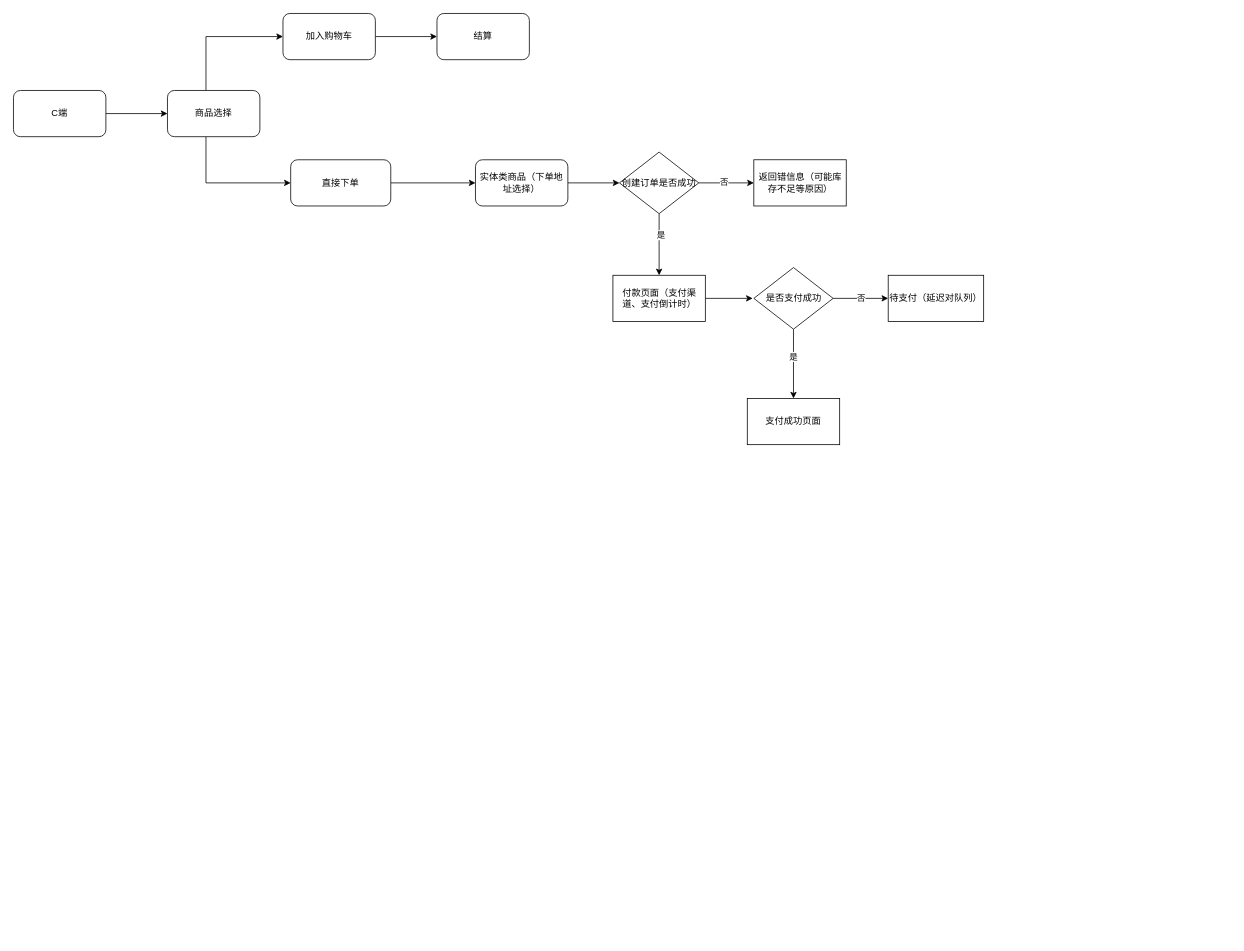
Earlier version of the draw.io diagram 婚奢汇业务流程图/订单系统业务流程图.drawio (YYB1024/myRemoteRepo). Source tidied: cells renumbered, new cells numbered last; positions are measured from the earlier drawing's top-left corner, leaving out a move shared by most shapes. Both pictures are drawn from the tidied source at 77%, with x=0, y=0 at pixel (13, 13).
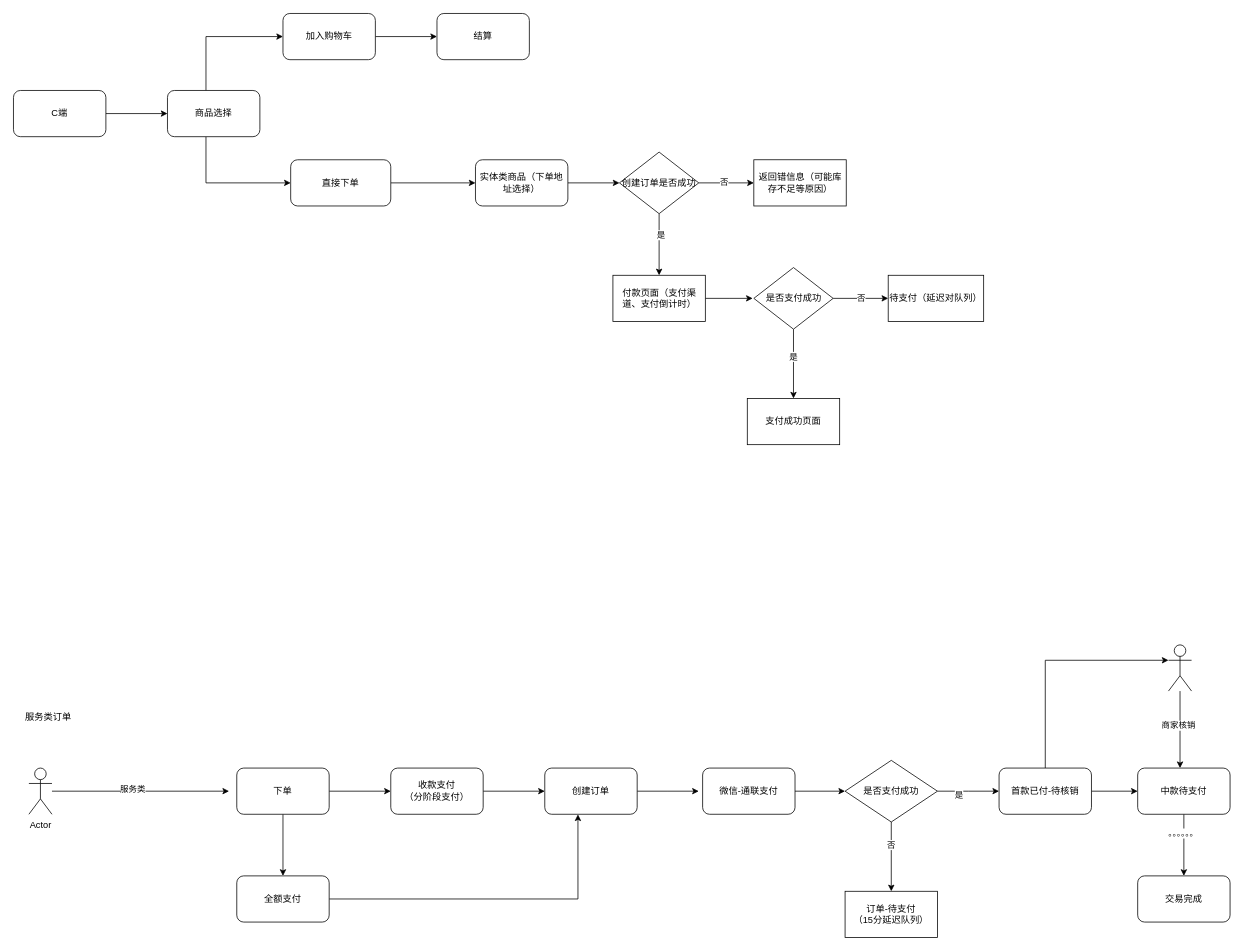
The same page after the edit.

Commit message:
更新订单系统业务流程图.drawio

Diff of the diagram source:
```diff
@@
+    <mxCell id="28" style="edgeStyle=orthogonalEdgeStyle;rounded=0;jettySize=auto;html=1;" parent="1" edge="1" source="30">
+      <mxGeometry relative="1" as="geometry">
+        <mxPoint x="280" y="1010" as="targetPoint" />
+      </mxGeometry>
+    </mxCell>
+    <mxCell id="29" value="服务类" style="edgeLabel;html=1;align=center;verticalAlign=middle;" parent="28" vertex="1">
+      <mxGeometry x="-0.1" y="3" relative="1" as="geometry" />
+    </mxCell>
+    <mxCell id="30" value="Actor" style="shape=umlActor;verticalLabelPosition=bottom;verticalAlign=top;html=1;outlineConnect=0;" parent="1" vertex="1">
+      <mxGeometry x="20" y="980" width="30" height="60" as="geometry" />
+    </mxCell>
+    <mxCell id="31" style="edgeStyle=orthogonalEdgeStyle;rounded=0;jettySize=auto;html=1;" parent="1" edge="1" source="33" target="35">
+      <mxGeometry relative="1" as="geometry" />
+    </mxCell>
+    <mxCell id="32" style="edgeStyle=orthogonalEdgeStyle;rounded=0;jettySize=auto;html=1;" parent="1" edge="1" source="33" target="37">
+      <mxGeometry relative="1" as="geometry" />
+    </mxCell>
+    <mxCell id="33" value="下单" style="rounded=1;whiteSpace=wrap;html=1;" parent="1" vertex="1">
+      <mxGeometry x="290" y="980" width="120" height="60" as="geometry" />
+    </mxCell>
+    <mxCell id="34" style="edgeStyle=orthogonalEdgeStyle;rounded=0;jettySize=auto;html=1;" parent="1" edge="1" source="35" target="39">
+      <mxGeometry relative="1" as="geometry" />
+    </mxCell>
+    <mxCell id="35" value="收款支付&lt;br&gt;（分阶段支付）" style="rounded=1;whiteSpace=wrap;html=1;" parent="1" vertex="1">
+      <mxGeometry x="490" y="980" width="120" height="60" as="geometry" />
+    </mxCell>
+    <mxCell id="36" style="edgeStyle=orthogonalEdgeStyle;rounded=0;jettySize=auto;html=1;entryX=0.359;entryY=1.003;entryDx=0;entryDy=0;entryPerimeter=0;" parent="1" edge="1" source="37" target="39">
+      <mxGeometry relative="1" as="geometry" />
+    </mxCell>
+    <mxCell id="37" value="全额支付" style="whiteSpace=wrap;html=1;rounded=1;" parent="1" vertex="1">
+      <mxGeometry x="290" y="1120" width="120" height="60" as="geometry" />
+    </mxCell>
+    <mxCell id="38" style="edgeStyle=orthogonalEdgeStyle;rounded=0;jettySize=auto;html=1;" parent="1" edge="1" source="39">
+      <mxGeometry relative="1" as="geometry">
+        <mxPoint x="890" y="1010" as="targetPoint" />
+      </mxGeometry>
+    </mxCell>
+    <mxCell id="39" value="创建订单" style="whiteSpace=wrap;html=1;rounded=1;" parent="1" vertex="1">
+      <mxGeometry x="690" y="980" width="120" height="60" as="geometry" />
+    </mxCell>
+    <mxCell id="40" style="edgeStyle=orthogonalEdgeStyle;rounded=0;jettySize=auto;html=1;" parent="1" edge="1" source="41" target="46">
+      <mxGeometry relative="1" as="geometry" />
+    </mxCell>
+    <mxCell id="41" value="微信-通联支付" style="rounded=1;whiteSpace=wrap;html=1;" parent="1" vertex="1">
+      <mxGeometry x="895" y="980" width="120" height="60" as="geometry" />
+    </mxCell>
+    <mxCell id="42" style="edgeStyle=orthogonalEdgeStyle;rounded=0;jettySize=auto;html=1;" parent="1" edge="1" source="46" target="47">
+      <mxGeometry relative="1" as="geometry" />
+    </mxCell>
+    <mxCell id="43" value="否" style="edgeLabel;html=1;align=center;verticalAlign=middle;" parent="42" vertex="1">
+      <mxGeometry x="-0.36" y="-1" relative="1" as="geometry" />
+    </mxCell>
+    <mxCell id="44" style="edgeStyle=orthogonalEdgeStyle;rounded=0;jettySize=auto;html=1;" parent="1" edge="1" source="46">
+      <mxGeometry relative="1" as="geometry">
+        <mxPoint x="1280" y="1010" as="targetPoint" />
+      </mxGeometry>
+    </mxCell>
+    <mxCell id="45" value="是" style="edgeLabel;html=1;align=center;verticalAlign=middle;" parent="44" vertex="1">
+      <mxGeometry x="-0.32" y="-4" relative="1" as="geometry" />
+    </mxCell>
+    <mxCell id="46" value="是否支付成功" style="rhombus;whiteSpace=wrap;html=1;" parent="1" vertex="1">
+      <mxGeometry x="1080" y="970" width="120" height="80" as="geometry" />
+    </mxCell>
+    <mxCell id="47" value="订单-待支付&lt;br&gt;（15分延迟队列）" style="whiteSpace=wrap;html=1;" parent="1" vertex="1">
+      <mxGeometry x="1080" y="1140" width="120" height="60" as="geometry" />
+    </mxCell>
+    <mxCell id="48" style="edgeStyle=orthogonalEdgeStyle;rounded=0;jettySize=auto;html=1;entryX=0;entryY=0.3333333333333333;entryDx=0;entryDy=0;entryPerimeter=0;" parent="1" edge="1" source="50" target="53">
+      <mxGeometry relative="1" as="geometry">
+        <Array as="points">
+          <mxPoint x="1340" y="840" />
+        </Array>
+      </mxGeometry>
+    </mxCell>
+    <mxCell id="49" style="edgeStyle=orthogonalEdgeStyle;rounded=0;jettySize=auto;html=1;" parent="1" edge="1" source="50" target="56">
+      <mxGeometry relative="1" as="geometry" />
+    </mxCell>
+    <mxCell id="50" value="首款已付-待核销" style="rounded=1;whiteSpace=wrap;html=1;" parent="1" vertex="1">
+      <mxGeometry x="1280" y="980" width="120" height="60" as="geometry" />
+    </mxCell>
+    <mxCell id="51" style="edgeStyle=orthogonalEdgeStyle;rounded=0;jettySize=auto;html=1;" parent="1" edge="1" source="53">
+      <mxGeometry relative="1" as="geometry">
+        <mxPoint x="1515" y="980" as="targetPoint" />
+      </mxGeometry>
+    </mxCell>
+    <mxCell id="52" value="商家核销" style="edgeLabel;html=1;align=center;verticalAlign=middle;" parent="51" vertex="1">
+      <mxGeometry x="-0.13" y="-3" relative="1" as="geometry" />
+    </mxCell>
+    <mxCell id="53" style="shape=umlActor;verticalLabelPosition=bottom;verticalAlign=top;html=1;outlineConnect=0;" parent="1" vertex="1">
+      <mxGeometry x="1500" y="820" width="30" height="60" as="geometry" />
+    </mxCell>
+    <mxCell id="54" style="edgeStyle=orthogonalEdgeStyle;rounded=0;jettySize=auto;html=1;" parent="1" edge="1" source="56" target="57">
+      <mxGeometry relative="1" as="geometry" />
+    </mxCell>
+    <mxCell id="55" value="。。。。。。" style="edgeLabel;html=1;align=center;verticalAlign=middle;" parent="54" vertex="1">
+      <mxGeometry x="-0.4" y="-2" relative="1" as="geometry" />
+    </mxCell>
+    <mxCell id="56" value="中款待支付" style="rounded=1;whiteSpace=wrap;html=1;" parent="1" vertex="1">
+      <mxGeometry x="1460" y="980" width="120" height="60" as="geometry" />
+    </mxCell>
+    <mxCell id="57" value="交易完成" style="whiteSpace=wrap;html=1;rounded=1;" parent="1" vertex="1">
+      <mxGeometry x="1460" y="1120" width="120" height="60" as="geometry" />
+    </mxCell>
+    <mxCell id="58" value="服务类订单" style="text;html=1;align=center;verticalAlign=middle;strokeColor=none;fillColor=none;" parent="1" vertex="1">
+      <mxGeometry x="5" y="899" width="80" height="30" as="geometry" />
+    </mxCell>
```
